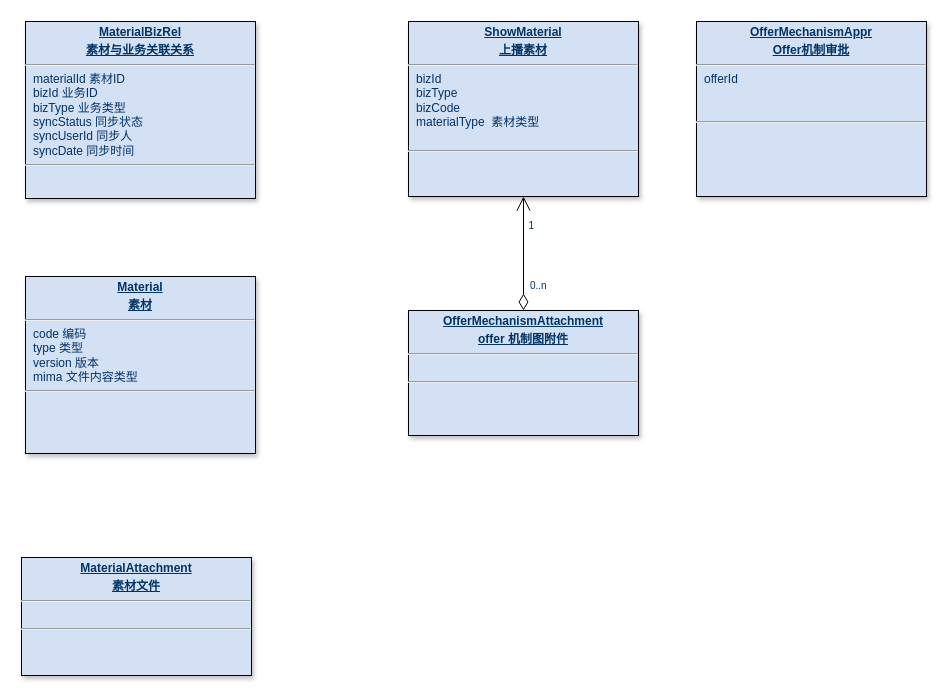
rockywade/draw keeps this draw.io diagram as page "Offer素材-设计" (20 of 23) of 美one.drawio. Above is the earlier version. Source tidied: cells renumbered, new cells numbered last; positions are measured from the earlier drawing's top-left corner, leaving out a move shared by most shapes. Both pictures are drawn from the tidied source at 100%, with x=0, y=0 at pixel (21, 21).
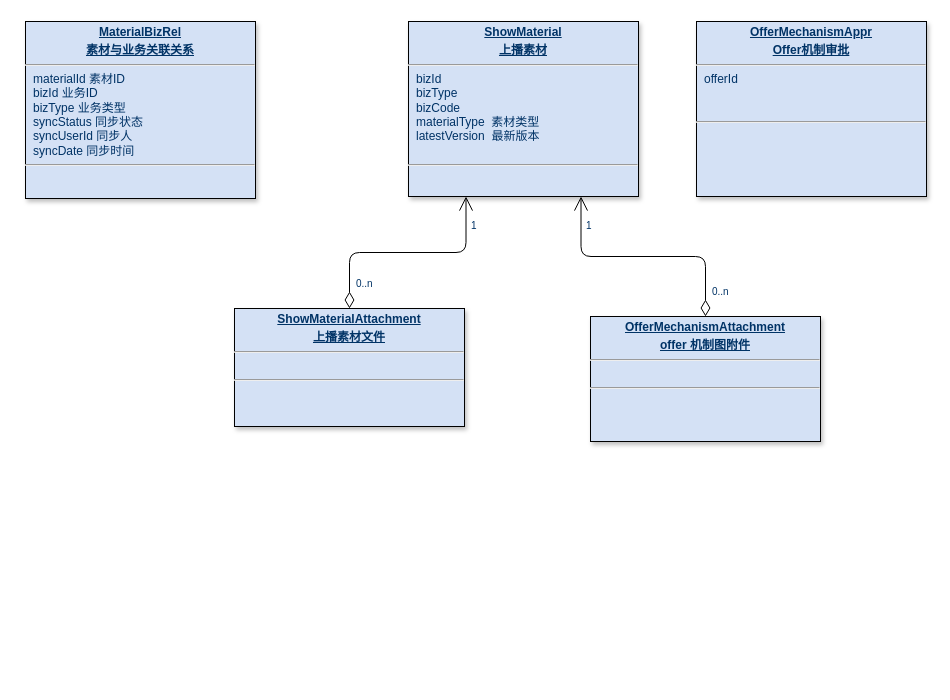
After the change.

What changed in the source:
```diff
@@
 <mxGraphModel>
   <root>
     <mxCell id="0" />
     <mxCell id="1" parent="0" />
-    <mxCell id="2" value="&lt;p style=&quot;margin: 4px 0px 0px; text-align: center;&quot;&gt;&lt;span style=&quot;background-color: transparent; text-align: left;&quot;&gt;&lt;b&gt;&lt;u&gt;ShowMaterial&lt;/u&gt;&lt;/b&gt;&lt;/span&gt;&lt;/p&gt;&lt;p style=&quot;margin: 4px 0px 0px; text-align: center;&quot;&gt;&lt;span style=&quot;background-color: transparent; text-align: left;&quot;&gt;&lt;b&gt;&lt;u&gt;上播素材&lt;/u&gt;&lt;/b&gt;&lt;/span&gt;&lt;/p&gt;&lt;hr&gt;&lt;p style=&quot;margin: 0px; margin-left: 8px;&quot;&gt;bizId&lt;/p&gt;&lt;p style=&quot;margin: 0px; margin-left: 8px;&quot;&gt;bizType&lt;/p&gt;&lt;p style=&quot;margin: 0px; margin-left: 8px;&quot;&gt;bizCode&lt;/p&gt;&lt;p style=&quot;margin: 0px; margin-left: 8px;&quot;&gt;materialType&amp;nbsp;&amp;nbsp;素材类型&lt;/p&gt;&lt;p style=&quot;margin: 0px; margin-left: 8px;&quot;&gt;&lt;br&gt;&lt;/p&gt;&lt;hr&gt;&lt;p style=&quot;margin: 0px; margin-left: 8px;&quot;&gt;&lt;br&gt;&lt;/p&gt;&lt;p style=&quot;margin: 0px; margin-left: 8px;&quot;&gt;&lt;br&gt;&lt;/p&gt;" style="verticalAlign=top;align=left;overflow=fill;fontSize=12;fontFamily=Helvetica;html=1;strokeColor=default;shadow=1;fillColor=#D4E1F5;fontColor=#003366;rounded=0;glass=0;imageAspect=1;labelBackgroundColor=none;textShadow=0;direction=east;" parent="1" vertex="1">
+    <mxCell id="2" value="&lt;p style=&quot;margin: 4px 0px 0px; text-align: center;&quot;&gt;&lt;span style=&quot;background-color: transparent; text-align: left;&quot;&gt;&lt;b&gt;&lt;u&gt;ShowMaterial&lt;/u&gt;&lt;/b&gt;&lt;/span&gt;&lt;/p&gt;&lt;p style=&quot;margin: 4px 0px 0px; text-align: center;&quot;&gt;&lt;span style=&quot;background-color: transparent; text-align: left;&quot;&gt;&lt;b&gt;&lt;u&gt;上播素材&lt;/u&gt;&lt;/b&gt;&lt;/span&gt;&lt;/p&gt;&lt;hr&gt;&lt;p style=&quot;margin: 0px; margin-left: 8px;&quot;&gt;bizId&lt;/p&gt;&lt;p style=&quot;margin: 0px; margin-left: 8px;&quot;&gt;bizType&lt;/p&gt;&lt;p style=&quot;margin: 0px; margin-left: 8px;&quot;&gt;bizCode&lt;/p&gt;&lt;p style=&quot;margin: 0px; margin-left: 8px;&quot;&gt;materialType&amp;nbsp;&amp;nbsp;素材类型&lt;br&gt;latestVersion&amp;nbsp; 最新版本&lt;/p&gt;&lt;p style=&quot;margin: 0px; margin-left: 8px;&quot;&gt;&lt;br&gt;&lt;/p&gt;&lt;hr&gt;&lt;p style=&quot;margin: 0px; margin-left: 8px;&quot;&gt;&lt;br&gt;&lt;/p&gt;&lt;p style=&quot;margin: 0px; margin-left: 8px;&quot;&gt;&lt;br&gt;&lt;/p&gt;" style="verticalAlign=top;align=left;overflow=fill;fontSize=12;fontFamily=Helvetica;html=1;strokeColor=default;shadow=1;fillColor=#D4E1F5;fontColor=#003366;rounded=0;glass=0;imageAspect=1;labelBackgroundColor=none;textShadow=0;direction=east;" parent="1" vertex="1">
       <mxGeometry x="387" width="230" height="175" as="geometry" />
     </mxCell>
     <mxCell id="3" value="&lt;p style=&quot;margin: 4px 0px 0px; text-align: center;&quot;&gt;&lt;span style=&quot;background-color: transparent; text-align: left;&quot;&gt;&lt;b&gt;&lt;u&gt;OfferMechanismAttachment&lt;/u&gt;&lt;/b&gt;&lt;/span&gt;&lt;/p&gt;&lt;p style=&quot;margin: 4px 0px 0px; text-align: center;&quot;&gt;&lt;span style=&quot;background-color: transparent; text-align: left;&quot;&gt;&lt;b&gt;&lt;u&gt;offer 机制图附件&lt;/u&gt;&lt;/b&gt;&lt;/span&gt;&lt;/p&gt;&lt;hr&gt;&lt;p style=&quot;margin: 0px; margin-left: 8px;&quot;&gt;&lt;br&gt;&lt;/p&gt;&lt;hr&gt;&lt;p style=&quot;margin: 0px; margin-left: 8px;&quot;&gt;&lt;br&gt;&lt;/p&gt;&lt;p style=&quot;margin: 0px; margin-left: 8px;&quot;&gt;&lt;br&gt;&lt;/p&gt;" style="verticalAlign=top;align=left;overflow=fill;fontSize=12;fontFamily=Helvetica;html=1;strokeColor=default;shadow=1;fillColor=#D4E1F5;fontColor=#003366;rounded=0;glass=0;imageAspect=1;labelBackgroundColor=none;textShadow=0;direction=east;" parent="1" vertex="1">
-      <mxGeometry x="387" y="289" width="230" height="125" as="geometry" />
+      <mxGeometry x="569" y="295" width="230" height="125" as="geometry" />
     </mxCell>
-    <mxCell id="4" style="endArrow=open;endSize=12;startArrow=diamondThin;startSize=14;startFill=0;edgeStyle=orthogonalEdgeStyle;exitX=0.5;exitY=0;exitDx=0;exitDy=0;" parent="1" edge="1" source="3" target="2">
+    <mxCell id="4" style="endArrow=open;endSize=12;startArrow=diamondThin;startSize=14;startFill=0;edgeStyle=orthogonalEdgeStyle;exitX=0.5;exitY=0;exitDx=0;exitDy=0;entryX=0.75;entryY=1;entryDx=0;entryDy=0;" parent="1" edge="1" source="3" target="2">
       <mxGeometry x="-377.9" y="803.2" as="geometry" />
     </mxCell>
     <mxCell id="5" value="0..n" style="align=left;verticalAlign=top;labelBackgroundColor=#ffffff;fontSize=10;strokeColor=#003366;shadow=1;fillColor=#D4E1F5;fontColor=#003366;" parent="4" vertex="1">
       <mxGeometry x="-1" relative="1" as="geometry">
         <mxPoint x="5" y="-37" as="offset" />
       </mxGeometry>
     </mxCell>
     <mxCell id="6" value="1" style="align=right;verticalAlign=top;labelBackgroundColor=#ffffff;fontSize=10;strokeColor=#003366;shadow=1;fillColor=#D4E1F5;fontColor=#003366;" parent="4" vertex="1">
       <mxGeometry x="1" relative="1" as="geometry">
         <mxPoint x="12" y="17" as="offset" />
       </mxGeometry>
     </mxCell>
     <mxCell id="7" value="&lt;p style=&quot;margin: 4px 0px 0px; text-align: center;&quot;&gt;&lt;span style=&quot;background-color: transparent; text-align: left;&quot;&gt;&lt;b&gt;&lt;u&gt;OfferMechanismAppr&lt;/u&gt;&lt;/b&gt;&lt;/span&gt;&lt;/p&gt;&lt;p style=&quot;margin: 4px 0px 0px; text-align: center;&quot;&gt;&lt;span style=&quot;background-color: transparent; text-align: left;&quot;&gt;&lt;b&gt;&lt;u&gt;Offer机制审批&lt;/u&gt;&lt;/b&gt;&lt;/span&gt;&lt;/p&gt;&lt;hr&gt;&lt;p style=&quot;margin: 0px; margin-left: 8px;&quot;&gt;offerId&lt;/p&gt;&lt;p style=&quot;margin: 0px; margin-left: 8px;&quot;&gt;&lt;br&gt;&lt;/p&gt;&lt;p style=&quot;margin: 0px; margin-left: 8px;&quot;&gt;&lt;br&gt;&lt;/p&gt;&lt;hr&gt;&lt;p style=&quot;margin: 0px; margin-left: 8px;&quot;&gt;&lt;br&gt;&lt;/p&gt;&lt;p style=&quot;margin: 0px; margin-left: 8px;&quot;&gt;&lt;br&gt;&lt;/p&gt;" style="verticalAlign=top;align=left;overflow=fill;fontSize=12;fontFamily=Helvetica;html=1;strokeColor=default;shadow=1;fillColor=#D4E1F5;fontColor=#003366;rounded=0;glass=0;imageAspect=1;labelBackgroundColor=none;textShadow=0;direction=east;" parent="1" vertex="1">
       <mxGeometry x="675" width="230" height="175" as="geometry" />
     </mxCell>
-    <mxCell id="8" value="&lt;p style=&quot;margin: 4px 0px 0px; text-align: center;&quot;&gt;&lt;span style=&quot;background-color: transparent; text-align: left;&quot;&gt;&lt;b&gt;&lt;u&gt;Material&lt;/u&gt;&lt;/b&gt;&lt;/span&gt;&lt;/p&gt;&lt;p style=&quot;margin: 4px 0px 0px; text-align: center;&quot;&gt;&lt;span style=&quot;background-color: transparent; text-align: left;&quot;&gt;&lt;b&gt;&lt;u&gt;素材&lt;/u&gt;&lt;/b&gt;&lt;/span&gt;&lt;/p&gt;&lt;hr&gt;&lt;p style=&quot;margin: 0px 0px 0px 8px;&quot;&gt;code 编码&lt;/p&gt;&lt;p style=&quot;margin: 0px 0px 0px 8px;&quot;&gt;type 类型&lt;/p&gt;&lt;p style=&quot;margin: 0px 0px 0px 8px;&quot;&gt;version 版本&lt;/p&gt;&lt;p style=&quot;margin: 0px 0px 0px 8px;&quot;&gt;mima 文件内容类型&lt;/p&gt;&lt;hr&gt;&lt;p style=&quot;margin: 0px; margin-left: 8px;&quot;&gt;&lt;br&gt;&lt;/p&gt;&lt;p style=&quot;margin: 0px; margin-left: 8px;&quot;&gt;&lt;br&gt;&lt;/p&gt;" style="verticalAlign=top;align=left;overflow=fill;fontSize=12;fontFamily=Helvetica;html=1;strokeColor=default;shadow=1;fillColor=#D4E1F5;fontColor=#003366;rounded=0;glass=0;imageAspect=1;labelBackgroundColor=none;textShadow=0;direction=east;" parent="1" vertex="1">
-      <mxGeometry x="4" y="255" width="230" height="177" as="geometry" />
-    </mxCell>
-    <mxCell id="9" value="&lt;p style=&quot;margin: 4px 0px 0px; text-align: center;&quot;&gt;&lt;span style=&quot;background-color: transparent; text-align: left;&quot;&gt;&lt;b&gt;&lt;u&gt;MaterialAttachment&lt;/u&gt;&lt;/b&gt;&lt;/span&gt;&lt;/p&gt;&lt;p style=&quot;margin: 4px 0px 0px; text-align: center;&quot;&gt;&lt;span style=&quot;background-color: transparent; text-align: left;&quot;&gt;&lt;b&gt;&lt;u&gt;素材文件&lt;/u&gt;&lt;/b&gt;&lt;/span&gt;&lt;/p&gt;&lt;hr&gt;&lt;p style=&quot;margin: 0px 0px 0px 8px;&quot;&gt;&lt;br&gt;&lt;/p&gt;&lt;hr&gt;&lt;p style=&quot;margin: 0px; margin-left: 8px;&quot;&gt;&lt;br&gt;&lt;/p&gt;&lt;p style=&quot;margin: 0px; margin-left: 8px;&quot;&gt;&lt;br&gt;&lt;/p&gt;" style="verticalAlign=top;align=left;overflow=fill;fontSize=12;fontFamily=Helvetica;html=1;strokeColor=default;shadow=1;fillColor=#D4E1F5;fontColor=#003366;rounded=0;glass=0;imageAspect=1;labelBackgroundColor=none;textShadow=0;direction=east;" parent="1" vertex="1">
-      <mxGeometry y="536" width="230" height="118" as="geometry" />
+    <mxCell id="9" value="&lt;p style=&quot;margin: 4px 0px 0px; text-align: center;&quot;&gt;&lt;span style=&quot;background-color: transparent; text-align: left;&quot;&gt;&lt;b&gt;&lt;u&gt;ShowMaterialAttachment&lt;/u&gt;&lt;/b&gt;&lt;/span&gt;&lt;/p&gt;&lt;p style=&quot;margin: 4px 0px 0px; text-align: center;&quot;&gt;&lt;span style=&quot;background-color: transparent; text-align: left;&quot;&gt;&lt;b&gt;&lt;u&gt;上播素材文件&lt;/u&gt;&lt;/b&gt;&lt;/span&gt;&lt;/p&gt;&lt;hr&gt;&lt;p style=&quot;margin: 0px 0px 0px 8px;&quot;&gt;&lt;br&gt;&lt;/p&gt;&lt;hr&gt;&lt;p style=&quot;margin: 0px; margin-left: 8px;&quot;&gt;&lt;br&gt;&lt;/p&gt;&lt;p style=&quot;margin: 0px; margin-left: 8px;&quot;&gt;&lt;br&gt;&lt;/p&gt;" style="verticalAlign=top;align=left;overflow=fill;fontSize=12;fontFamily=Helvetica;html=1;strokeColor=default;shadow=1;fillColor=#D4E1F5;fontColor=#003366;rounded=0;glass=0;imageAspect=1;labelBackgroundColor=none;textShadow=0;direction=east;" parent="1" vertex="1">
+      <mxGeometry x="213" y="287" width="230" height="118" as="geometry" />
     </mxCell>
     <mxCell id="10" value="&lt;p style=&quot;margin: 4px 0px 0px; text-align: center;&quot;&gt;&lt;span style=&quot;background-color: transparent; text-align: left;&quot;&gt;&lt;b&gt;&lt;u&gt;MaterialBizRel&lt;/u&gt;&lt;/b&gt;&lt;/span&gt;&lt;/p&gt;&lt;p style=&quot;margin: 4px 0px 0px; text-align: center;&quot;&gt;&lt;span style=&quot;background-color: transparent; text-align: left;&quot;&gt;&lt;b&gt;&lt;u&gt;素材与业务关联关系&lt;/u&gt;&lt;/b&gt;&lt;/span&gt;&lt;/p&gt;&lt;hr&gt;&lt;p style=&quot;margin: 0px 0px 0px 8px;&quot;&gt;materialId 素材ID&lt;/p&gt;&lt;p style=&quot;margin: 0px 0px 0px 8px;&quot;&gt;bizId 业务ID&lt;/p&gt;&lt;p style=&quot;margin: 0px 0px 0px 8px;&quot;&gt;bizType 业务类型&lt;/p&gt;&lt;p style=&quot;margin: 0px 0px 0px 8px;&quot;&gt;syncStatus 同步状态&lt;/p&gt;&lt;p style=&quot;margin: 0px 0px 0px 8px;&quot;&gt;syncUserId 同步人&lt;/p&gt;&lt;p style=&quot;margin: 0px 0px 0px 8px;&quot;&gt;syncDate 同步时间&lt;/p&gt;&lt;hr&gt;&lt;p style=&quot;margin: 0px; margin-left: 8px;&quot;&gt;&lt;br&gt;&lt;/p&gt;&lt;p style=&quot;margin: 0px; margin-left: 8px;&quot;&gt;&lt;br&gt;&lt;/p&gt;" style="verticalAlign=top;align=left;overflow=fill;fontSize=12;fontFamily=Helvetica;html=1;strokeColor=default;shadow=1;fillColor=#D4E1F5;fontColor=#003366;rounded=0;glass=0;imageAspect=1;labelBackgroundColor=none;textShadow=0;direction=east;" parent="1" vertex="1">
       <mxGeometry x="4" width="230" height="177" as="geometry" />
     </mxCell>
+    <mxCell id="11" style="endArrow=open;endSize=12;startArrow=diamondThin;startSize=14;startFill=0;edgeStyle=orthogonalEdgeStyle;entryX=0.25;entryY=1;entryDx=0;entryDy=0;" parent="1" edge="1" source="9" target="2">
+      <mxGeometry x="-377.9" y="803.2" as="geometry" />
+    </mxCell>
+    <mxCell id="12" value="0..n" style="align=left;verticalAlign=top;labelBackgroundColor=#ffffff;fontSize=10;strokeColor=#003366;shadow=1;fillColor=#D4E1F5;fontColor=#003366;" parent="11" vertex="1">
+      <mxGeometry x="-1" relative="1" as="geometry">
+        <mxPoint x="5" y="-37" as="offset" />
+      </mxGeometry>
+    </mxCell>
+    <mxCell id="13" value="1" style="align=right;verticalAlign=top;labelBackgroundColor=#ffffff;fontSize=10;strokeColor=#003366;shadow=1;fillColor=#D4E1F5;fontColor=#003366;" parent="11" vertex="1">
+      <mxGeometry x="1" relative="1" as="geometry">
+        <mxPoint x="12" y="17" as="offset" />
+      </mxGeometry>
+    </mxCell>
   </root>
 </mxGraphModel>
```
